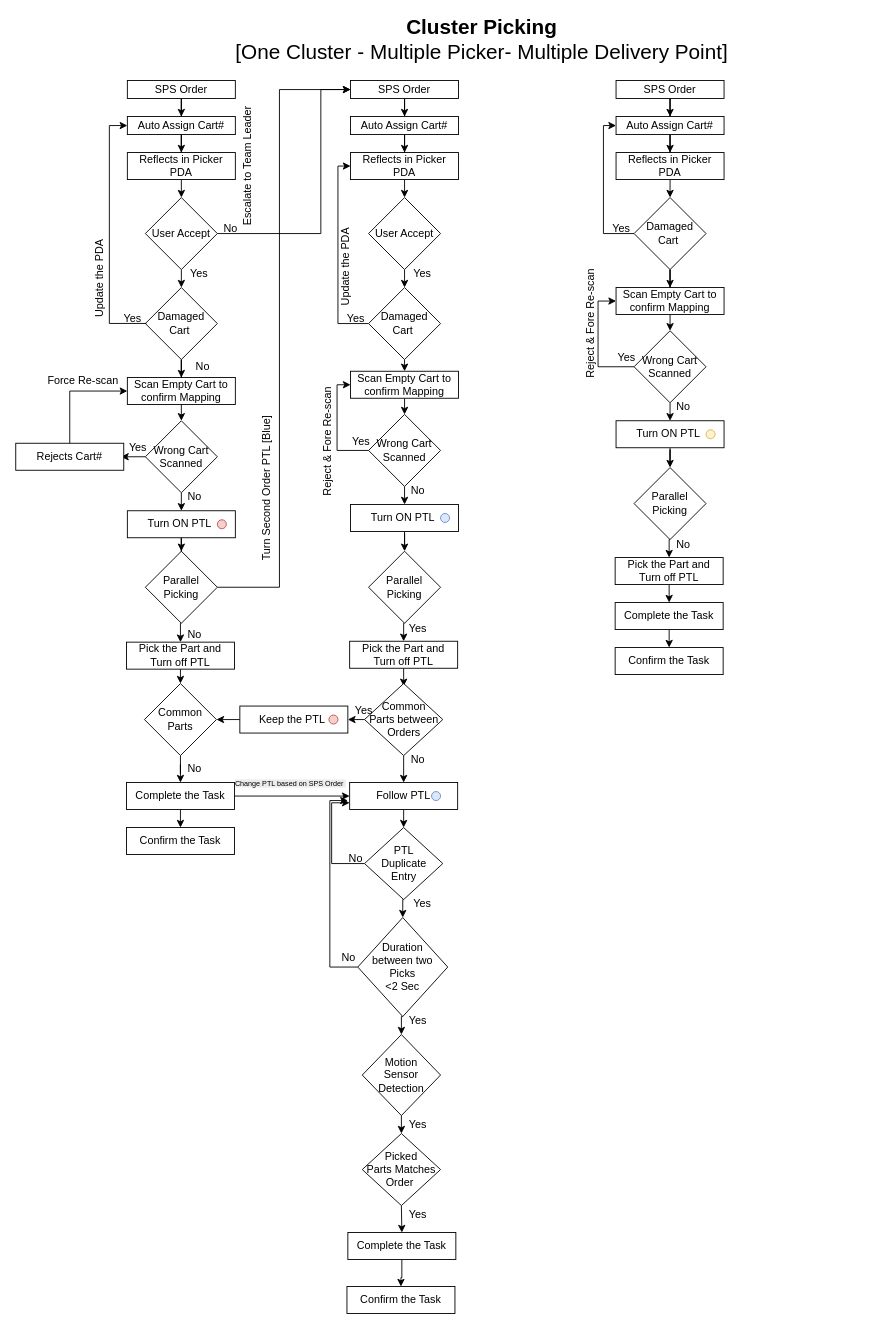
Above: Untitled Diagram.drawio in dswam698c/SPS (draw.io), before the change. Source tidied: cells renumbered, new cells numbered last; positions are measured from the earlier drawing's top-left corner, leaving out a move shared by most shapes. Both pictures are drawn from the tidied source at 90%, with x=0, y=0 at pixel (15, 17).
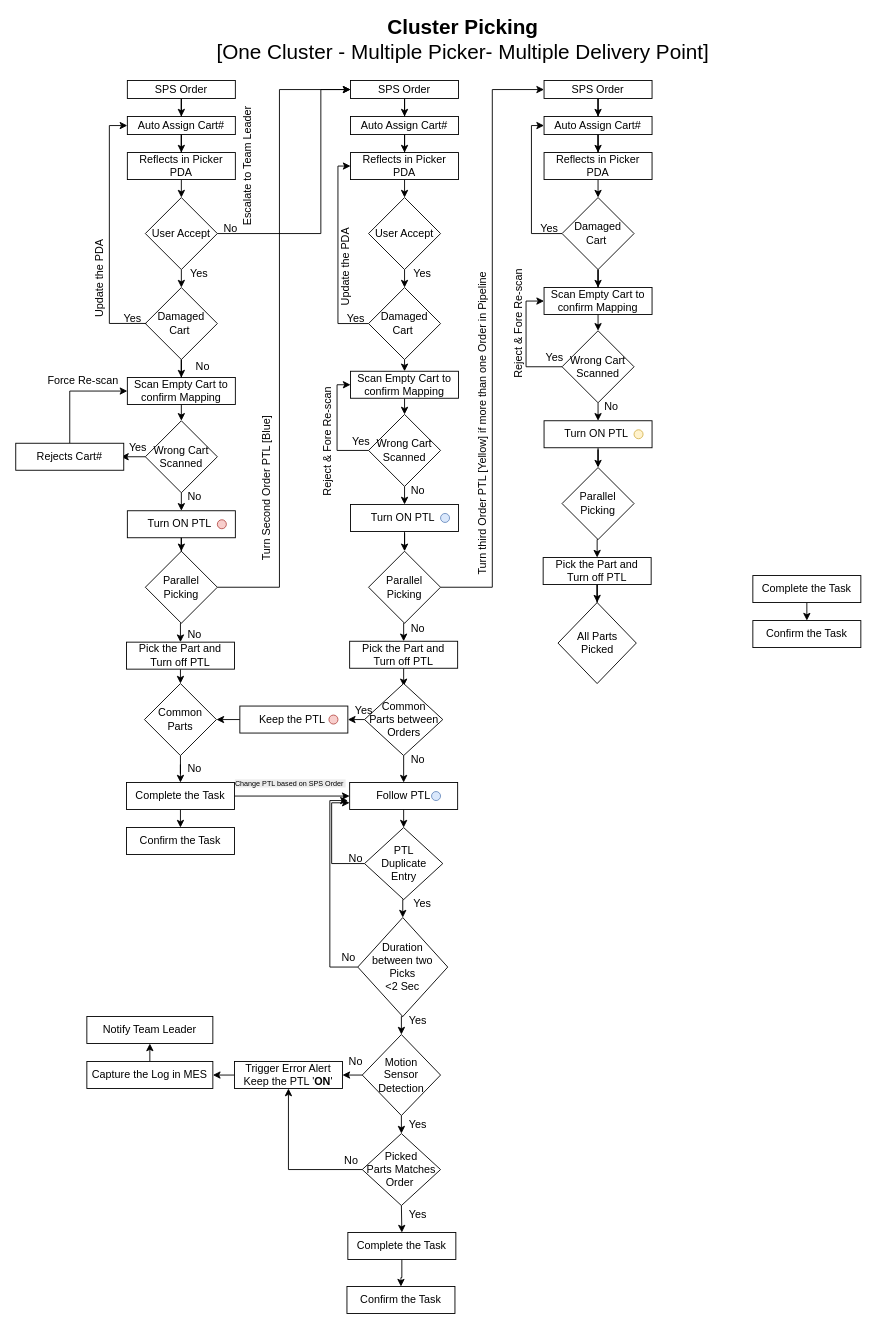
After the change.

Commit message (it also covers changes not shown here):
SPS Picking Flow

The change refers to these unchanged cells:
```xml
<mxCell id="90" value="Parallel Picking" style="rhombus;whiteSpace=wrap;html=1;" parent="1" vertex="1">
  <mxGeometry x="392" y="593" width="80" height="80" as="geometry" />
</mxCell>
<mxCell id="126" value="Picked &lt;br&gt;Parts Matches&lt;br&gt;Order&amp;nbsp;" style="rhombus;whiteSpace=wrap;html=1;" parent="1" vertex="1">
  <mxGeometry x="385" y="1240" width="87" height="80" as="geometry" />
</mxCell>
<mxCell id="131" value="Motion &lt;br&gt;Sensor Detection" style="rhombus;whiteSpace=wrap;html=1;" parent="1" vertex="1">
  <mxGeometry x="385" y="1130" width="87" height="90" as="geometry" />
</mxCell>
```

The edit, as a diff of the source:
```diff
@@
     <mxCell id="9" value="Cluster Picking &lt;br&gt;&lt;span style=&quot;font-weight: normal;&quot;&gt;[One Cluster - Multiple Picker- Multiple Delivery Point]&lt;/span&gt;" style="text;html=1;align=center;verticalAlign=middle;whiteSpace=wrap;rounded=0;fontStyle=1;fontSize=23;" parent="1" vertex="1">
-      <mxGeometry x="120" width="796" height="50" as="geometry" />
+      <mxGeometry x="99" width="796" height="50" as="geometry" />
     </mxCell>
@@
     <mxCell id="20" value="SPS Order" style="rounded=0;whiteSpace=wrap;html=1;" parent="1" vertex="1">
-      <mxGeometry x="667" y="70" width="120" height="20" as="geometry" />
+      <mxGeometry x="587" y="70" width="120" height="20" as="geometry" />
     </mxCell>
     <mxCell id="21" style="edgeStyle=orthogonalEdgeStyle;rounded=0;jettySize=auto;html=1;exitX=0.5;exitY=1;exitDx=0;exitDy=0;entryX=0.5;entryY=0;entryDx=0;entryDy=0;" parent="1" edge="1" source="22">
       <mxGeometry relative="1" as="geometry">
-        <mxPoint x="727" y="200" as="targetPoint" />
+        <mxPoint x="647" y="200" as="targetPoint" />
       </mxGeometry>
     </mxCell>
     <mxCell id="22" value="Reflects in Picker PDA" style="rounded=0;whiteSpace=wrap;html=1;" parent="1" vertex="1">
-      <mxGeometry x="667" y="150" width="120" height="30" as="geometry" />
+      <mxGeometry x="587" y="150" width="120" height="30" as="geometry" />
     </mxCell>
@@
     <mxCell id="24" value="Auto Assign Cart#" style="rounded=0;whiteSpace=wrap;html=1;" parent="1" vertex="1">
-      <mxGeometry x="667" y="110" width="120" height="20" as="geometry" />
+      <mxGeometry x="587" y="110" width="120" height="20" as="geometry" />
     </mxCell>
@@
     <mxCell id="27" value="Wrong Cart Scanned" style="rhombus;whiteSpace=wrap;html=1;" parent="1" vertex="1">
-      <mxGeometry x="687" y="348" width="80" height="80" as="geometry" />
+      <mxGeometry x="607" y="348" width="80" height="80" as="geometry" />
     </mxCell>
     <mxCell id="28" value="Yes" style="text;html=1;align=center;verticalAlign=middle;whiteSpace=wrap;rounded=0;" parent="1" vertex="1">
-      <mxGeometry x="664" y="373" width="30" height="10" as="geometry" />
+      <mxGeometry x="584" y="373" width="30" height="10" as="geometry" />
     </mxCell>
@@
     <mxCell id="30" value="Turn ON PTL&amp;nbsp;" style="rounded=0;whiteSpace=wrap;html=1;" parent="1" vertex="1">
-      <mxGeometry x="667" y="448" width="120" height="30" as="geometry" />
+      <mxGeometry x="587" y="448" width="120" height="30" as="geometry" />
     </mxCell>
     <mxCell id="31" style="ellipse;whiteSpace=wrap;html=1;fillColor=#fff2cc;strokeColor=#d6b656;" parent="1" vertex="1">
-      <mxGeometry x="767" y="458" width="10" height="10" as="geometry" />
+      <mxGeometry x="687" y="458" width="10" height="10" as="geometry" />
     </mxCell>
     <mxCell id="32" value="No" style="text;html=1;align=center;verticalAlign=middle;whiteSpace=wrap;rounded=0;" parent="1" vertex="1">
-      <mxGeometry x="727" y="428" width="30" height="10" as="geometry" />
+      <mxGeometry x="647" y="428" width="30" height="10" as="geometry" />
     </mxCell>
@@
     <mxCell id="34" value="Scan Empty Cart to confirm Mapping" style="rounded=0;whiteSpace=wrap;html=1;" parent="1" vertex="1">
-      <mxGeometry x="667" y="300" width="120" height="30" as="geometry" />
+      <mxGeometry x="587" y="300" width="120" height="30" as="geometry" />
     </mxCell>
     <mxCell id="35" style="edgeStyle=orthogonalEdgeStyle;rounded=0;jettySize=auto;html=1;exitX=0;exitY=0.5;exitDx=0;exitDy=0;entryX=0;entryY=0.5;entryDx=0;entryDy=0;" parent="1" edge="1" source="37" target="24">
       <mxGeometry relative="1" as="geometry">
         <Array as="points">
-          <mxPoint x="653" y="240" />
-          <mxPoint x="653" y="120" />
+          <mxPoint x="573" y="240" />
+          <mxPoint x="573" y="120" />
         </Array>
       </mxGeometry>
     </mxCell>
@@
     <mxCell id="37" value="Damaged Cart&amp;nbsp;" style="rhombus;whiteSpace=wrap;html=1;" parent="1" vertex="1">
-      <mxGeometry x="687" y="200" width="80" height="80" as="geometry" />
+      <mxGeometry x="607" y="200" width="80" height="80" as="geometry" />
     </mxCell>
     <mxCell id="38" value="Yes" style="text;html=1;align=center;verticalAlign=middle;whiteSpace=wrap;rounded=0;" parent="1" vertex="1">
-      <mxGeometry x="653" y="230" width="40" height="10" as="geometry" />
+      <mxGeometry x="573" y="230" width="40" height="10" as="geometry" />
     </mxCell>
-    <mxCell id="39" style="edgeStyle=orthogonalEdgeStyle;rounded=0;jettySize=auto;html=1;exitX=0.5;exitY=1;exitDx=0;exitDy=0;entryX=0.5;entryY=0;entryDx=0;entryDy=0;" parent="1" edge="1" source="40" target="42">
-      <mxGeometry relative="1" as="geometry" />
-    </mxCell>
+    <mxCell id="138" style="edgeStyle=orthogonalEdgeStyle;rounded=0;jettySize=auto;html=1;exitX=0.5;exitY=1;exitDx=0;exitDy=0;" parent="1" edge="1" source="40" target="150">
+      <mxGeometry relative="1" as="geometry" />
+    </mxCell>
     <mxCell id="40" value="Pick the Part and Turn off PTL" style="rounded=0;whiteSpace=wrap;html=1;" parent="1" vertex="1">
-      <mxGeometry x="666" y="600" width="120" height="30" as="geometry" />
+      <mxGeometry x="586" y="600" width="120" height="30" as="geometry" />
     </mxCell>
-    <mxCell id="41" style="edgeStyle=orthogonalEdgeStyle;rounded=0;jettySize=auto;html=1;exitX=0.5;exitY=1;exitDx=0;exitDy=0;entryX=0.5;entryY=0;entryDx=0;entryDy=0;" parent="1" edge="1" source="42" target="43">
-      <mxGeometry relative="1" as="geometry" />
-    </mxCell>
-    <mxCell id="42" value="Complete the Task" style="rounded=0;whiteSpace=wrap;html=1;" parent="1" vertex="1">
-      <mxGeometry x="666" y="650" width="120" height="30" as="geometry" />
-    </mxCell>
-    <mxCell id="43" value="Confirm the Task" style="rounded=0;whiteSpace=wrap;html=1;" parent="1" vertex="1">
-      <mxGeometry x="666" y="700" width="120" height="30" as="geometry" />
-    </mxCell>
@@
     <mxCell id="45" value="Parallel Picking" style="rhombus;whiteSpace=wrap;html=1;" parent="1" vertex="1">
-      <mxGeometry x="687" y="500" width="80" height="80" as="geometry" />
+      <mxGeometry x="607" y="500" width="80" height="80" as="geometry" />
     </mxCell>
-    <mxCell id="46" value="No" style="text;html=1;align=center;verticalAlign=middle;whiteSpace=wrap;rounded=0;" parent="1" vertex="1">
-      <mxGeometry x="727" y="580" width="30" height="12" as="geometry" />
-    </mxCell>
     <mxCell id="47" value="Reject &amp;amp; Fore Re-scan" style="text;html=1;align=center;verticalAlign=middle;whiteSpace=wrap;rounded=0;rotation=270;" parent="1" vertex="1">
-      <mxGeometry x="569" y="330" width="140" height="20" as="geometry" />
+      <mxGeometry x="489" y="330" width="140" height="20" as="geometry" />
     </mxCell>
@@
+    <mxCell id="139" style="edgeStyle=orthogonalEdgeStyle;rounded=0;jettySize=auto;html=1;exitX=1;exitY=0.5;exitDx=0;exitDy=0;entryX=0;entryY=0.5;entryDx=0;entryDy=0;" parent="1" edge="1" source="90" target="20">
+      <mxGeometry relative="1" as="geometry" />
+    </mxCell>
@@
-    <mxCell id="91" value="Yes" style="text;html=1;align=center;verticalAlign=middle;whiteSpace=wrap;rounded=0;" parent="1" vertex="1">
+    <mxCell id="91" value="No" style="text;html=1;align=center;verticalAlign=middle;whiteSpace=wrap;rounded=0;" parent="1" vertex="1">
       <mxGeometry x="432" y="673" width="30" height="12" as="geometry" />
     </mxCell>
@@
+    <mxCell id="140" style="edgeStyle=orthogonalEdgeStyle;rounded=0;jettySize=auto;html=1;exitX=0;exitY=0.5;exitDx=0;exitDy=0;entryX=0.5;entryY=1;entryDx=0;entryDy=0;" parent="1" edge="1" source="126" target="143">
+      <mxGeometry relative="1" as="geometry" />
+    </mxCell>
@@
+    <mxCell id="141" style="edgeStyle=orthogonalEdgeStyle;rounded=0;jettySize=auto;html=1;exitX=0;exitY=0.5;exitDx=0;exitDy=0;entryX=1;entryY=0.5;entryDx=0;entryDy=0;" parent="1" edge="1" source="131" target="143">
+      <mxGeometry relative="1" as="geometry" />
+    </mxCell>
@@
+    <mxCell id="142" style="edgeStyle=orthogonalEdgeStyle;rounded=0;jettySize=auto;html=1;exitX=0;exitY=0.5;exitDx=0;exitDy=0;entryX=1;entryY=0.5;entryDx=0;entryDy=0;" parent="1" edge="1" source="143" target="148">
+      <mxGeometry relative="1" as="geometry" />
+    </mxCell>
+    <mxCell id="143" value="Trigger Error Alert&lt;br&gt;Keep the PTL '&lt;b&gt;ON&lt;/b&gt;'" style="rounded=0;whiteSpace=wrap;html=1;" parent="1" vertex="1">
+      <mxGeometry x="243" y="1160" width="120" height="30" as="geometry" />
+    </mxCell>
+    <mxCell id="144" value="No" style="text;html=1;align=center;verticalAlign=middle;whiteSpace=wrap;rounded=0;" parent="1" vertex="1">
+      <mxGeometry x="363" y="1150" width="30" height="20" as="geometry" />
+    </mxCell>
+    <mxCell id="145" value="No" style="text;html=1;align=center;verticalAlign=middle;whiteSpace=wrap;rounded=0;" parent="1" vertex="1">
+      <mxGeometry x="358" y="1260" width="30" height="20" as="geometry" />
+    </mxCell>
+    <mxCell id="146" value="Turn third Order PTL [Yellow] if more than one Order in Pipeline" style="text;html=1;align=center;verticalAlign=middle;whiteSpace=wrap;rounded=0;rotation=270;" parent="1" vertex="1">
+      <mxGeometry x="334" y="441" width="370" height="20" as="geometry" />
+    </mxCell>
+    <mxCell id="41" style="edgeStyle=orthogonalEdgeStyle;rounded=0;jettySize=auto;html=1;exitX=0.5;exitY=1;exitDx=0;exitDy=0;entryX=0.5;entryY=0;entryDx=0;entryDy=0;" parent="1" edge="1" source="42" target="43">
+      <mxGeometry relative="1" as="geometry" />
+    </mxCell>
+    <mxCell id="42" value="Complete the Task" style="rounded=0;whiteSpace=wrap;html=1;" parent="1" vertex="1">
+      <mxGeometry x="819" y="620" width="120" height="30" as="geometry" />
+    </mxCell>
+    <mxCell id="43" value="Confirm the Task" style="rounded=0;whiteSpace=wrap;html=1;" parent="1" vertex="1">
+      <mxGeometry x="819" y="670" width="120" height="30" as="geometry" />
+    </mxCell>
+    <mxCell id="147" style="edgeStyle=orthogonalEdgeStyle;rounded=0;jettySize=auto;html=1;exitX=0.5;exitY=0;exitDx=0;exitDy=0;entryX=0.5;entryY=1;entryDx=0;entryDy=0;" parent="1" edge="1" source="148" target="149">
+      <mxGeometry relative="1" as="geometry" />
+    </mxCell>
+    <mxCell id="148" value="Capture the Log in MES" style="rounded=0;whiteSpace=wrap;html=1;" parent="1" vertex="1">
+      <mxGeometry x="79" y="1160" width="140" height="30" as="geometry" />
+    </mxCell>
+    <mxCell id="149" value="Notify Team Leader" style="rounded=0;whiteSpace=wrap;html=1;" parent="1" vertex="1">
+      <mxGeometry x="79" y="1110" width="140" height="30" as="geometry" />
+    </mxCell>
+    <mxCell id="150" value="All Parts &lt;br&gt;Picked" style="rhombus;whiteSpace=wrap;html=1;" parent="1" vertex="1">
+      <mxGeometry x="602.5" y="650" width="87" height="90" as="geometry" />
+    </mxCell>
```
